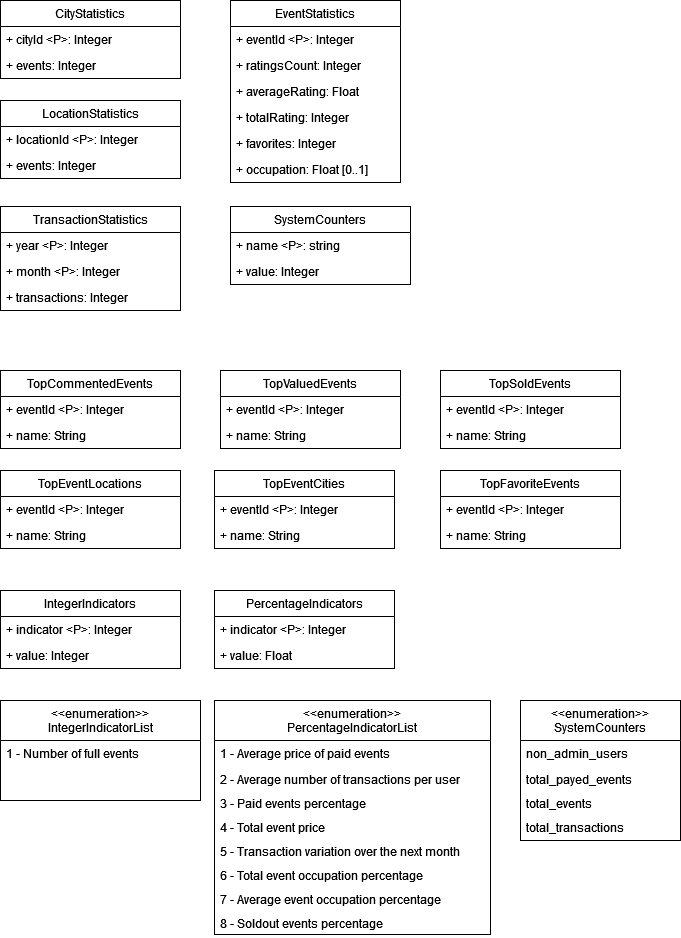
Earlier version of the draw.io export diagrams/conceptual-diagram-statistics.drawio.png (danielpilot/event-database). Source tidied: cells renumbered, new cells last; positions are measured from the earlier drawing's top-left corner, leaving out a move shared by most shapes.
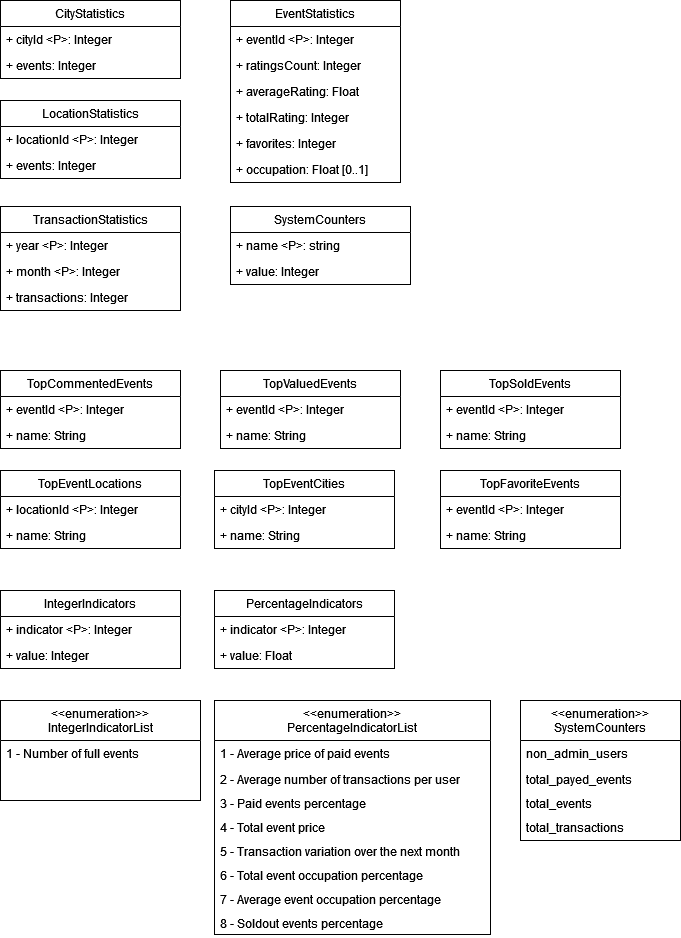
After the change.

Commit message:
Update key names on topeventlocations and citiesw

The edit, as a diff of the source:
```diff
@@ -92,7 +92,7 @@
     <mxCell id="31" value="TopEventLocations" style="swimlane;fontStyle=0;horizontal=1;startSize=26;fillColor=none;whiteSpace=wrap;html=1;" parent="1" vertex="1">
       <mxGeometry y="470" width="180" height="78" as="geometry" />
     </mxCell>
-    <mxCell id="32" value="+ eventId  &amp;lt;P&amp;gt;: Integer" style="text;strokeColor=none;fillColor=none;align=left;verticalAlign=top;spacingLeft=4;spacingRight=4;overflow=hidden;whiteSpace=wrap;html=1;" parent="31" vertex="1">
+    <mxCell id="32" value="+ locationId  &amp;lt;P&amp;gt;: Integer" style="text;strokeColor=none;fillColor=none;align=left;verticalAlign=top;spacingLeft=4;spacingRight=4;overflow=hidden;whiteSpace=wrap;html=1;" parent="31" vertex="1">
       <mxGeometry y="26" width="180" height="26" as="geometry" />
     </mxCell>
     <mxCell id="33" value="+ name: String" style="text;strokeColor=none;fillColor=none;align=left;verticalAlign=top;spacingLeft=4;spacingRight=4;overflow=hidden;whiteSpace=wrap;html=1;" parent="31" vertex="1">
@@ -176,7 +176,7 @@
     <mxCell id="59" value="TopEventCities" style="swimlane;fontStyle=0;horizontal=1;startSize=26;fillColor=none;whiteSpace=wrap;html=1;" parent="1" vertex="1">
       <mxGeometry x="214" y="470" width="180" height="78" as="geometry" />
     </mxCell>
-    <mxCell id="60" value="+ eventId  &amp;lt;P&amp;gt;: Integer" style="text;strokeColor=none;fillColor=none;align=left;verticalAlign=top;spacingLeft=4;spacingRight=4;overflow=hidden;whiteSpace=wrap;html=1;" parent="59" vertex="1">
+    <mxCell id="60" value="+ cityId  &amp;lt;P&amp;gt;: Integer" style="text;strokeColor=none;fillColor=none;align=left;verticalAlign=top;spacingLeft=4;spacingRight=4;overflow=hidden;whiteSpace=wrap;html=1;" parent="59" vertex="1">
       <mxGeometry y="26" width="180" height="26" as="geometry" />
     </mxCell>
     <mxCell id="61" value="+ name: String" style="text;strokeColor=none;fillColor=none;align=left;verticalAlign=top;spacingLeft=4;spacingRight=4;overflow=hidden;whiteSpace=wrap;html=1;" parent="59" vertex="1">
```
